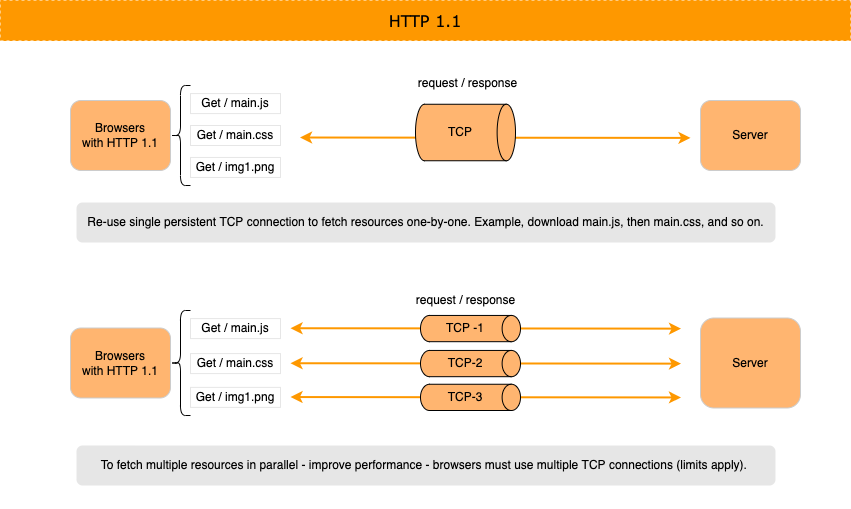
This is diagrams/http1.1.png from shahzadhuq/jit-learning-gRPC-with-dotnet, a draw.io export, as it was before one commit. Source tidied: cells renumbered, new cells last; positions are measured from the earlier drawing's top-left corner, leaving out a move shared by most shapes.
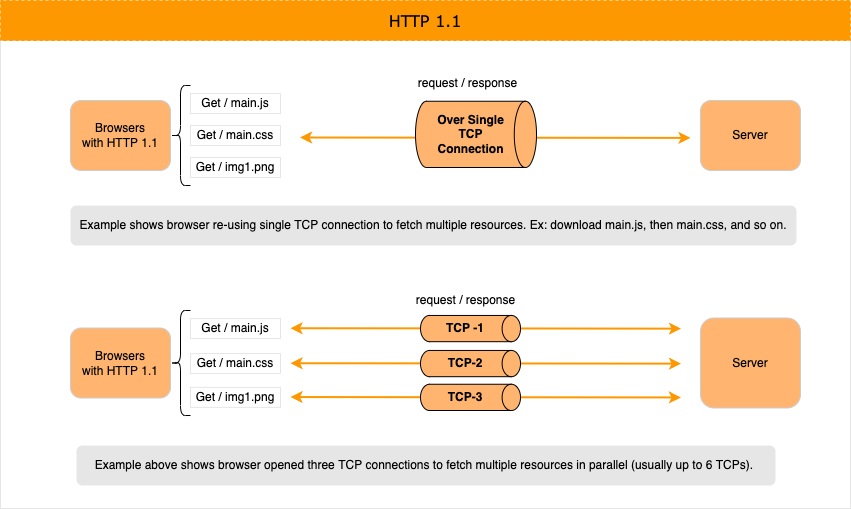
The same diagram one commit later.

Change to the diagram source:
```diff
@@ -2,7 +2,7 @@
   <root>
     <mxCell id="0" />
     <mxCell id="1" parent="0" />
-    <mxCell id="2" style="rounded=0;whiteSpace=wrap;html=1;strokeColor=none;" parent="1" vertex="1">
+    <mxCell id="2" style="rounded=0;whiteSpace=wrap;html=1;strokeColor=#E6E6E6;" parent="1" vertex="1">
       <mxGeometry y="40" width="850" height="468" as="geometry" />
     </mxCell>
     <mxCell id="3" style="endArrow=classic;html=1;rounded=0;entryX=0.765;entryY=0.706;entryDx=0;entryDy=0;strokeColor=#FE9800;strokeWidth=2;entryPerimeter=0;startArrow=classic;startFill=1;" parent="1" edge="1">
@@ -12,7 +12,7 @@
       </mxGeometry>
     </mxCell>
     <mxCell id="4" style="strokeWidth=1;html=1;shape=mxgraph.flowchart.direct_data;whiteSpace=wrap;rounded=1;shadow=0;fillColor=#FFB570;" parent="1" vertex="1">
-      <mxGeometry x="415" y="103.8" width="100" height="56.5" as="geometry" />
+      <mxGeometry x="415" y="100.8" width="121" height="66.2" as="geometry" />
     </mxCell>
     <mxCell id="5" value="Browsers&lt;br&gt;with HTTP 1.1" style="rounded=1;whiteSpace=wrap;html=1;shadow=0;strokeColor=#CCCCCC;strokeWidth=1;fillColor=#FFB570;" parent="1" vertex="1">
       <mxGeometry x="70" y="100" width="100" height="70" as="geometry" />
@@ -35,8 +35,8 @@
     <mxCell id="11" value="request / response" style="text;html=1;strokeColor=none;fillColor=none;align=center;verticalAlign=middle;whiteSpace=wrap;rounded=0;shadow=0;dashed=1;" parent="1" vertex="1">
       <mxGeometry x="408" y="73.1" width="119" height="20" as="geometry" />
     </mxCell>
-    <mxCell id="12" value="TCP" style="text;html=1;strokeColor=none;fillColor=none;align=center;verticalAlign=middle;whiteSpace=wrap;rounded=0;shadow=0;dashed=1;" parent="1" vertex="1">
-      <mxGeometry x="440" y="122" width="40" height="20" as="geometry" />
+    <mxCell id="12" value="Over Single TCP&lt;br&gt;Connection" style="text;html=1;strokeColor=none;fillColor=none;align=center;verticalAlign=middle;whiteSpace=wrap;rounded=0;shadow=0;dashed=1;fontStyle=1;" parent="1" vertex="1">
+      <mxGeometry x="428.5" y="98.9" width="83" height="70" as="geometry" />
     </mxCell>
     <mxCell id="13" value="HTTP 1.1" style="rounded=0;whiteSpace=wrap;html=1;shadow=0;dashed=1;fontFamily=Verdana;fontSize=16;strokeColor=#FE9800;strokeWidth=1;fillColor=#FE9800;fontStyle=0;" parent="1" vertex="1">
       <mxGeometry width="850" height="40" as="geometry" />
@@ -77,7 +77,7 @@
     <mxCell id="24" style="strokeWidth=1;html=1;shape=mxgraph.flowchart.direct_data;whiteSpace=wrap;rounded=1;shadow=0;fillColor=#FFB570;" parent="23" vertex="1">
       <mxGeometry width="100" height="26.2" as="geometry" />
     </mxCell>
-    <mxCell id="25" value="TCP -1" style="text;html=1;strokeColor=none;fillColor=none;align=center;verticalAlign=middle;whiteSpace=wrap;rounded=0;shadow=0;dashed=1;" parent="23" vertex="1">
+    <mxCell id="25" value="TCP -1" style="text;html=1;strokeColor=none;fillColor=none;align=center;verticalAlign=middle;whiteSpace=wrap;rounded=0;shadow=0;dashed=1;fontStyle=1;" parent="23" vertex="1">
       <mxGeometry x="25" y="6.6" width="40" height="13.1" as="geometry" />
     </mxCell>
     <mxCell id="26" style="edgeStyle=orthogonalEdgeStyle;rounded=0;orthogonalLoop=1;jettySize=auto;html=1;exitX=0.5;exitY=1;exitDx=0;exitDy=0;exitPerimeter=0;" parent="23" edge="1" source="24" target="24">
@@ -89,13 +89,13 @@
         <mxPoint x="680.5" y="363.1" as="targetPoint" />
       </mxGeometry>
     </mxCell>
-    <mxCell id="28" style="group;fillColor=#FFFFFF;" parent="1" vertex="1">
+    <mxCell id="28" style="group;fillColor=#FFFFFF;fontStyle=1;" parent="1" vertex="1">
       <mxGeometry x="420" y="349.9" width="100" height="26.2" as="geometry" />
     </mxCell>
     <mxCell id="29" style="strokeWidth=1;html=1;shape=mxgraph.flowchart.direct_data;whiteSpace=wrap;rounded=1;shadow=0;fillColor=#FFB570;" parent="28" vertex="1">
       <mxGeometry width="100" height="26.2" as="geometry" />
     </mxCell>
-    <mxCell id="30" value="TCP-2" style="text;html=1;strokeColor=none;fillColor=none;align=center;verticalAlign=middle;whiteSpace=wrap;rounded=0;shadow=0;dashed=1;" parent="28" vertex="1">
+    <mxCell id="30" value="TCP-2" style="text;html=1;strokeColor=none;fillColor=none;align=center;verticalAlign=middle;whiteSpace=wrap;rounded=0;shadow=0;dashed=1;fontStyle=1;" parent="28" vertex="1">
       <mxGeometry x="25" y="6.6" width="40" height="13.1" as="geometry" />
     </mxCell>
     <mxCell id="31" style="edgeStyle=orthogonalEdgeStyle;rounded=0;orthogonalLoop=1;jettySize=auto;html=1;exitX=0.5;exitY=1;exitDx=0;exitDy=0;exitPerimeter=0;" parent="28" edge="1" source="29" target="29">
@@ -107,22 +107,22 @@
         <mxPoint x="680.5" y="397" as="targetPoint" />
       </mxGeometry>
     </mxCell>
-    <mxCell id="33" style="group;fillColor=#FFFFFF;" parent="1" vertex="1">
+    <mxCell id="33" style="group;fillColor=#FFFFFF;fontStyle=1;" parent="1" vertex="1">
       <mxGeometry x="420" y="383.8" width="100" height="26.2" as="geometry" />
     </mxCell>
     <mxCell id="34" style="strokeWidth=1;html=1;shape=mxgraph.flowchart.direct_data;whiteSpace=wrap;rounded=1;shadow=0;fillColor=#FFB570;" parent="33" vertex="1">
       <mxGeometry width="100" height="26.2" as="geometry" />
     </mxCell>
-    <mxCell id="35" value="TCP-3" style="text;html=1;strokeColor=none;fillColor=none;align=center;verticalAlign=middle;whiteSpace=wrap;rounded=0;shadow=0;dashed=1;" parent="33" vertex="1">
+    <mxCell id="35" value="TCP-3" style="text;html=1;strokeColor=none;fillColor=none;align=center;verticalAlign=middle;whiteSpace=wrap;rounded=0;shadow=0;dashed=1;fontStyle=1;" parent="33" vertex="1">
       <mxGeometry x="25" y="6.6" width="40" height="13.1" as="geometry" />
     </mxCell>
     <mxCell id="36" style="edgeStyle=orthogonalEdgeStyle;rounded=0;orthogonalLoop=1;jettySize=auto;html=1;exitX=0.5;exitY=1;exitDx=0;exitDy=0;exitPerimeter=0;" parent="33" edge="1" source="34" target="34">
       <mxGeometry relative="1" as="geometry" />
     </mxCell>
-    <mxCell id="37" value="Re-use single persistent TCP connection to fetch resources one-by-one. Example, download main.js, then main.css, and so on." style="rounded=1;whiteSpace=wrap;html=1;strokeColor=none;fillColor=#E6E6E6;" parent="1" vertex="1">
-      <mxGeometry x="76" y="202" width="699" height="40" as="geometry" />
+    <mxCell id="37" value="Example shows browser re-using single TCP connection to fetch multiple resources. Ex: download main.js, then main.css, and so on." style="rounded=1;whiteSpace=wrap;html=1;strokeColor=none;fillColor=#E6E6E6;" parent="1" vertex="1">
+      <mxGeometry x="70" y="205" width="726" height="40" as="geometry" />
     </mxCell>
-    <mxCell id="38" value="To fetch multiple resources in parallel - improve performance - browsers must use multiple TCP connections (limits apply).&amp;nbsp;" style="rounded=1;whiteSpace=wrap;html=1;strokeColor=none;fillColor=#E6E6E6;" parent="1" vertex="1">
+    <mxCell id="38" value="Example above shows browser opened three TCP connections to fetch multiple resources in parallel (usually up to 6 TCPs).&amp;nbsp;" style="rounded=1;whiteSpace=wrap;html=1;strokeColor=none;fillColor=#E6E6E6;" parent="1" vertex="1">
       <mxGeometry x="76" y="445" width="699" height="40" as="geometry" />
     </mxCell>
   </root>
```
